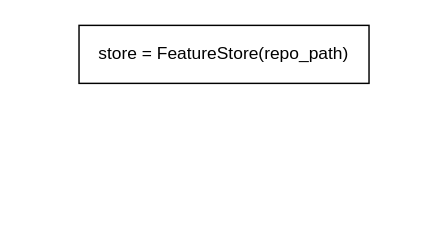
This is get_historical_data.drawio from TzeSing/draw_io, a draw.io file, before an edit. Source tidied: cells renumbered, new cells numbered last; positions are measured from the earlier drawing's top-left corner, leaving out a move shared by most shapes. Both pictures are drawn from the tidied source at 145%, with x=0, y=0 at pixel (78, 25).
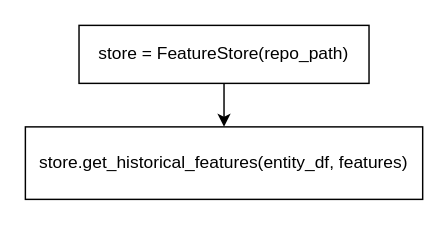
After the change.

What changed in the source:
```diff
@@
 <mxGraphModel>
   <root>
     <mxCell id="0" />
     <mxCell id="1" parent="0" />
+    <mxCell id="3" style="edgeStyle=orthogonalEdgeStyle;rounded=0;jettySize=auto;html=1;exitX=0.5;exitY=1;exitDx=0;exitDy=0;" parent="1" edge="1" source="2" target="4">
+      <mxGeometry relative="1" as="geometry" />
+    </mxCell>
     <mxCell id="2" value="store = FeatureStore(repo_path)" style="rounded=0;whiteSpace=wrap;html=1;" parent="1" vertex="1">
       <mxGeometry width="200" height="40" as="geometry" />
     </mxCell>
+    <mxCell id="4" value="store.get_historical_features(entity_df, features)" style="rounded=0;whiteSpace=wrap;html=1;" parent="1" vertex="1">
+      <mxGeometry x="-37" y="70" width="274" height="50" as="geometry" />
+    </mxCell>
   </root>
 </mxGraphModel>
```
